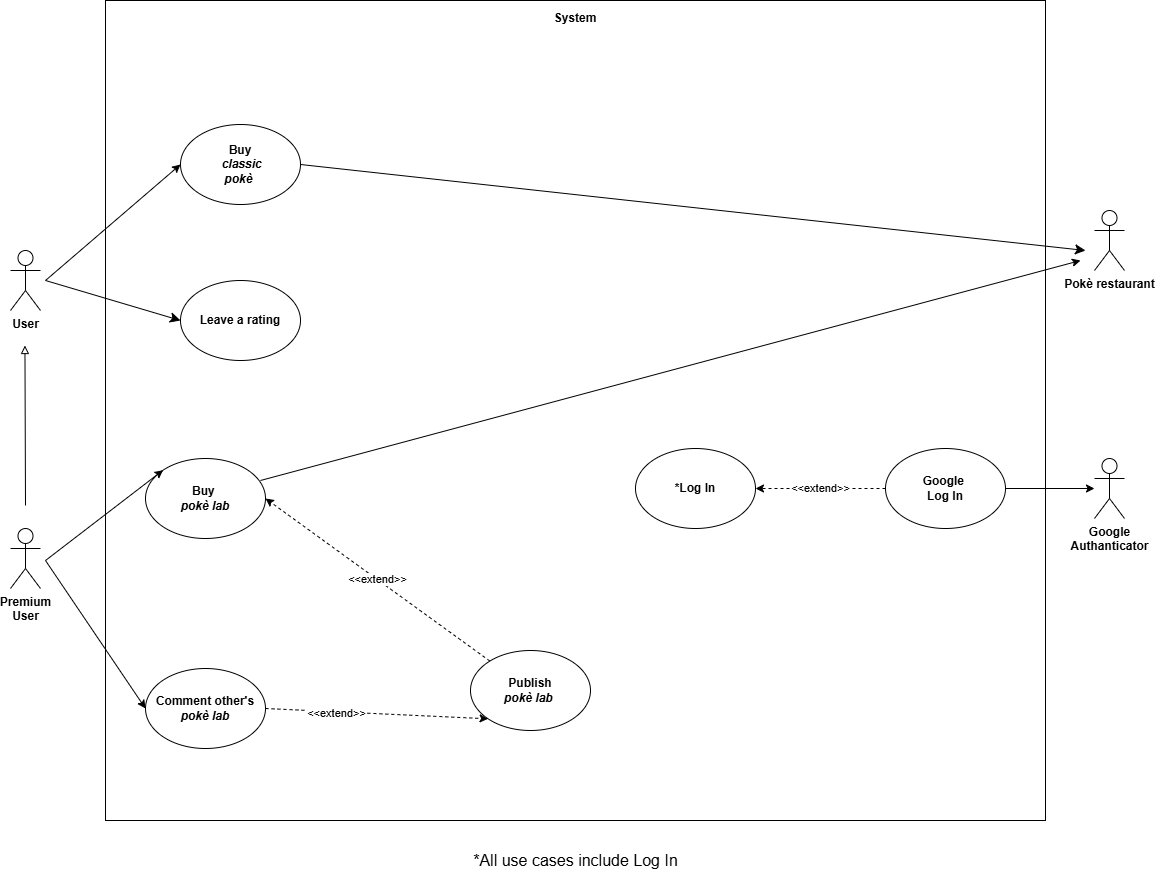
Earlier version of the draw.io export UseCaseDiagram.drawio.png (matteopinfildi/ISPW-Project). Source tidied: cells renumbered, new cells last; positions are measured from the earlier drawing's top-left corner, leaving out a move shared by most shapes. Source of this version:
```xml
<mxGraphModel>
  <root>
    <mxCell id="0" />
    <mxCell id="1" parent="0" />
    <mxCell id="2" style="rounded=0;whiteSpace=wrap;html=1;" parent="1" vertex="1">
      <mxGeometry x="95" width="940" height="820" as="geometry" />
    </mxCell>
    <mxCell id="3" style="edgeStyle=none;curved=1;rounded=0;jettySize=auto;html=1;entryX=0;entryY=0.5;entryDx=0;entryDy=0;fontSize=12;startSize=8;endSize=8;" parent="1" edge="1" target="19">
      <mxGeometry relative="1" as="geometry">
        <mxPoint x="35" y="280" as="sourcePoint" />
      </mxGeometry>
    </mxCell>
    <mxCell id="4" value="&lt;b&gt;User&lt;/b&gt;" style="shape=umlActor;verticalLabelPosition=bottom;verticalAlign=top;html=1;" parent="1" vertex="1">
      <mxGeometry y="250" width="30" height="60" as="geometry" />
    </mxCell>
    <mxCell id="5" value="&lt;b&gt;Premium&lt;br&gt;User&lt;/b&gt;" style="shape=umlActor;verticalLabelPosition=bottom;verticalAlign=top;html=1;" parent="1" vertex="1">
      <mxGeometry y="528" width="30" height="60" as="geometry" />
    </mxCell>
    <mxCell id="6" value="&lt;b&gt;*Log In&lt;/b&gt;" style="ellipse;whiteSpace=wrap;html=1;" parent="1" vertex="1">
      <mxGeometry x="625" y="448" width="120" height="80" as="geometry" />
    </mxCell>
    <mxCell id="7" value="&lt;b&gt;Buy&amp;nbsp;&lt;/b&gt;&lt;div&gt;&lt;b&gt;&lt;i&gt;pokè lab&lt;/i&gt;&lt;/b&gt;&lt;/div&gt;" style="ellipse;whiteSpace=wrap;html=1;" parent="1" vertex="1">
      <mxGeometry x="135" y="458" width="120" height="80" as="geometry" />
    </mxCell>
    <mxCell id="8" style="endArrow=classic;html=1;rounded=0;entryX=0;entryY=0;entryDx=0;entryDy=0;" parent="1" edge="1" target="7">
      <mxGeometry relative="1" as="geometry">
        <mxPoint x="35" y="560" as="sourcePoint" />
      </mxGeometry>
    </mxCell>
    <mxCell id="9" style="edgeStyle=none;curved=1;rounded=0;jettySize=auto;html=1;exitX=1;exitY=0.5;exitDx=0;exitDy=0;fontSize=12;startSize=8;endSize=8;" parent="1" edge="1" source="10">
      <mxGeometry relative="1" as="geometry">
        <mxPoint x="1075" y="250" as="targetPoint" />
      </mxGeometry>
    </mxCell>
    <mxCell id="10" value="&lt;b&gt;Buy&lt;/b&gt;&lt;br&gt;&lt;div&gt;&lt;b&gt;&amp;nbsp;&lt;i&gt;classic&lt;/i&gt;&lt;/b&gt;&lt;/div&gt;&lt;div&gt;&lt;b&gt;&lt;i&gt;pokè&amp;nbsp;&lt;/i&gt;&lt;/b&gt;&lt;/div&gt;" style="ellipse;whiteSpace=wrap;html=1;" parent="1" vertex="1">
      <mxGeometry x="170" y="124" width="120" height="80" as="geometry" />
    </mxCell>
    <mxCell id="11" style="endArrow=classic;html=1;rounded=0;entryX=0;entryY=0.5;entryDx=0;entryDy=0;" parent="1" edge="1" target="10">
      <mxGeometry relative="1" as="geometry">
        <mxPoint x="35" y="280" as="sourcePoint" />
      </mxGeometry>
    </mxCell>
    <mxCell id="12" value="&lt;b&gt;Google&lt;/b&gt;&lt;div&gt;&lt;b&gt;Authanticator&lt;/b&gt;&lt;/div&gt;&lt;div&gt;&lt;br&gt;&lt;/div&gt;" style="shape=umlActor;verticalLabelPosition=bottom;verticalAlign=top;html=1;outlineConnect=0;" parent="1" vertex="1">
      <mxGeometry x="1084" y="458" width="30" height="60" as="geometry" />
    </mxCell>
    <mxCell id="13" style="endArrow=classic;html=1;rounded=0;exitX=1;exitY=0.5;exitDx=0;exitDy=0;" parent="1" edge="1" source="21" target="12">
      <mxGeometry relative="1" as="geometry" />
    </mxCell>
    <mxCell id="14" value="&lt;b&gt;System&lt;/b&gt;&lt;div&gt;&lt;br&gt;&lt;/div&gt;" style="text;html=1;align=center;verticalAlign=middle;whiteSpace=wrap;rounded=0;" parent="1" vertex="1">
      <mxGeometry x="535" y="10" width="60" height="30" as="geometry" />
    </mxCell>
    <mxCell id="15" value="&lt;b&gt;Comment other's&lt;/b&gt;&lt;div&gt;&lt;b&gt;&lt;i&gt;pokè lab&lt;/i&gt;&lt;/b&gt;&lt;/div&gt;" style="ellipse;whiteSpace=wrap;html=1;" parent="1" vertex="1">
      <mxGeometry x="135" y="668" width="120" height="80" as="geometry" />
    </mxCell>
    <mxCell id="16" style="endArrow=classic;html=1;rounded=0;entryX=0;entryY=0.5;entryDx=0;entryDy=0;" parent="1" edge="1" target="15">
      <mxGeometry relative="1" as="geometry">
        <mxPoint x="35" y="560" as="sourcePoint" />
      </mxGeometry>
    </mxCell>
    <mxCell id="17" value="&lt;b&gt;Publish&lt;/b&gt;&lt;div&gt;&lt;b&gt;&lt;i&gt;pokè lab&lt;/i&gt;&amp;nbsp;&lt;/b&gt;&lt;/div&gt;" style="ellipse;whiteSpace=wrap;html=1;" parent="1" vertex="1">
      <mxGeometry x="460" y="650" width="120" height="80" as="geometry" />
    </mxCell>
    <mxCell id="18" value="&amp;lt;&amp;lt;extend&amp;gt;&amp;gt;" style="endArrow=classic;html=1;rounded=0;entryX=1;entryY=0.5;entryDx=0;entryDy=0;dashed=1;" parent="1" edge="1" source="17" target="7">
      <mxGeometry relative="1" as="geometry" />
    </mxCell>
    <mxCell id="19" value="&lt;b&gt;Leave a rating&lt;/b&gt;" style="ellipse;whiteSpace=wrap;html=1;" parent="1" vertex="1">
      <mxGeometry x="170" y="280" width="120" height="80" as="geometry" />
    </mxCell>
    <mxCell id="20" style="endArrow=block;html=1;rounded=0;endFill=0;" parent="1" edge="1">
      <mxGeometry relative="1" as="geometry">
        <mxPoint x="15" y="505" as="sourcePoint" />
        <mxPoint x="14.4" y="345" as="targetPoint" />
      </mxGeometry>
    </mxCell>
    <mxCell id="21" value="&lt;b&gt;Google&amp;nbsp;&lt;/b&gt;&lt;div&gt;&lt;b&gt;Log In&lt;/b&gt;&lt;/div&gt;" style="ellipse;whiteSpace=wrap;html=1;" parent="1" vertex="1">
      <mxGeometry x="875" y="448" width="120" height="80" as="geometry" />
    </mxCell>
    <mxCell id="22" value="&amp;lt;&amp;lt;extend&amp;gt;&amp;gt;" style="endArrow=classic;html=1;rounded=0;exitX=0;exitY=0.5;exitDx=0;exitDy=0;entryX=1;entryY=0.5;entryDx=0;entryDy=0;dashed=1;" parent="1" edge="1" source="21" target="6">
      <mxGeometry relative="1" as="geometry" />
    </mxCell>
    <mxCell id="23" value="&lt;b&gt;Pokè restaurant&lt;/b&gt;" style="shape=umlActor;verticalLabelPosition=bottom;verticalAlign=top;html=1;" parent="1" vertex="1">
      <mxGeometry x="1084" y="210" width="30" height="60" as="geometry" />
    </mxCell>
    <mxCell id="24" value="&amp;lt;&amp;lt;extend&amp;gt;&amp;gt;" style="endArrow=classic;html=1;rounded=0;exitX=1;exitY=0.5;exitDx=0;exitDy=0;entryX=0;entryY=1;entryDx=0;entryDy=0;dashed=1;" parent="1" edge="1" source="15" target="17">
      <mxGeometry x="-0.36" y="-2" relative="1" as="geometry" />
    </mxCell>
    <mxCell id="25" value="*All use cases include Log In" style="text;html=1;align=center;verticalAlign=middle;strokeColor=none;fillColor=none;fontSize=16;" parent="1" vertex="1">
      <mxGeometry x="430" y="840" width="270" height="40" as="geometry" />
    </mxCell>
    <mxCell id="26" style="endArrow=classic;html=1;rounded=0;exitX=0.958;exitY=0.275;exitDx=0;exitDy=0;exitPerimeter=0;" parent="1" edge="1" source="7">
      <mxGeometry relative="1" as="geometry">
        <mxPoint x="1070" y="260" as="targetPoint" />
      </mxGeometry>
    </mxCell>
  </root>
</mxGraphModel>
```
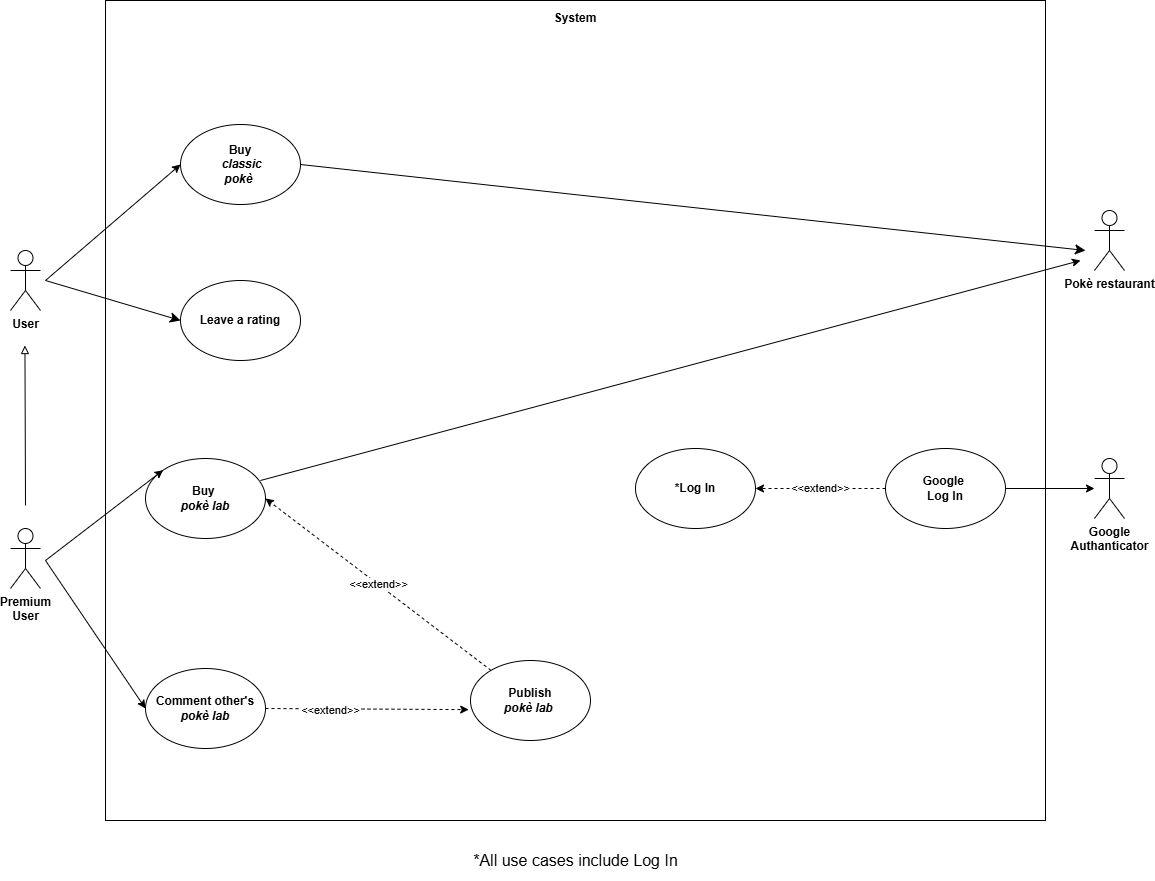
The same file after the commit.

Diff of the diagram source:
```diff
@@ -58,7 +58,7 @@
       </mxGeometry>
     </mxCell>
     <mxCell id="17" value="&lt;b&gt;Publish&lt;/b&gt;&lt;div&gt;&lt;b&gt;&lt;i&gt;pokè lab&lt;/i&gt;&amp;nbsp;&lt;/b&gt;&lt;/div&gt;" style="ellipse;whiteSpace=wrap;html=1;" parent="1" vertex="1">
-      <mxGeometry x="460" y="650" width="120" height="80" as="geometry" />
+      <mxGeometry x="460" y="660" width="120" height="80" as="geometry" />
     </mxCell>
     <mxCell id="18" value="&amp;lt;&amp;lt;extend&amp;gt;&amp;gt;" style="endArrow=classic;html=1;rounded=0;entryX=1;entryY=0.5;entryDx=0;entryDy=0;dashed=1;" parent="1" edge="1" source="17" target="7">
       <mxGeometry relative="1" as="geometry" />
@@ -81,7 +81,7 @@
     <mxCell id="23" value="&lt;b&gt;Pokè restaurant&lt;/b&gt;" style="shape=umlActor;verticalLabelPosition=bottom;verticalAlign=top;html=1;" parent="1" vertex="1">
       <mxGeometry x="1084" y="210" width="30" height="60" as="geometry" />
     </mxCell>
-    <mxCell id="24" value="&amp;lt;&amp;lt;extend&amp;gt;&amp;gt;" style="endArrow=classic;html=1;rounded=0;exitX=1;exitY=0.5;exitDx=0;exitDy=0;entryX=0;entryY=1;entryDx=0;entryDy=0;dashed=1;" parent="1" edge="1" source="15" target="17">
+    <mxCell id="24" value="&amp;lt;&amp;lt;extend&amp;gt;&amp;gt;" style="endArrow=classic;html=1;rounded=0;exitX=1;exitY=0.5;exitDx=0;exitDy=0;entryX=-0.015;entryY=0.614;entryDx=0;entryDy=0;dashed=1;entryPerimeter=0;" parent="1" edge="1" source="15" target="17">
       <mxGeometry x="-0.36" y="-2" relative="1" as="geometry" />
     </mxCell>
     <mxCell id="25" value="*All use cases include Log In" style="text;html=1;align=center;verticalAlign=middle;strokeColor=none;fillColor=none;fontSize=16;" parent="1" vertex="1">
```
